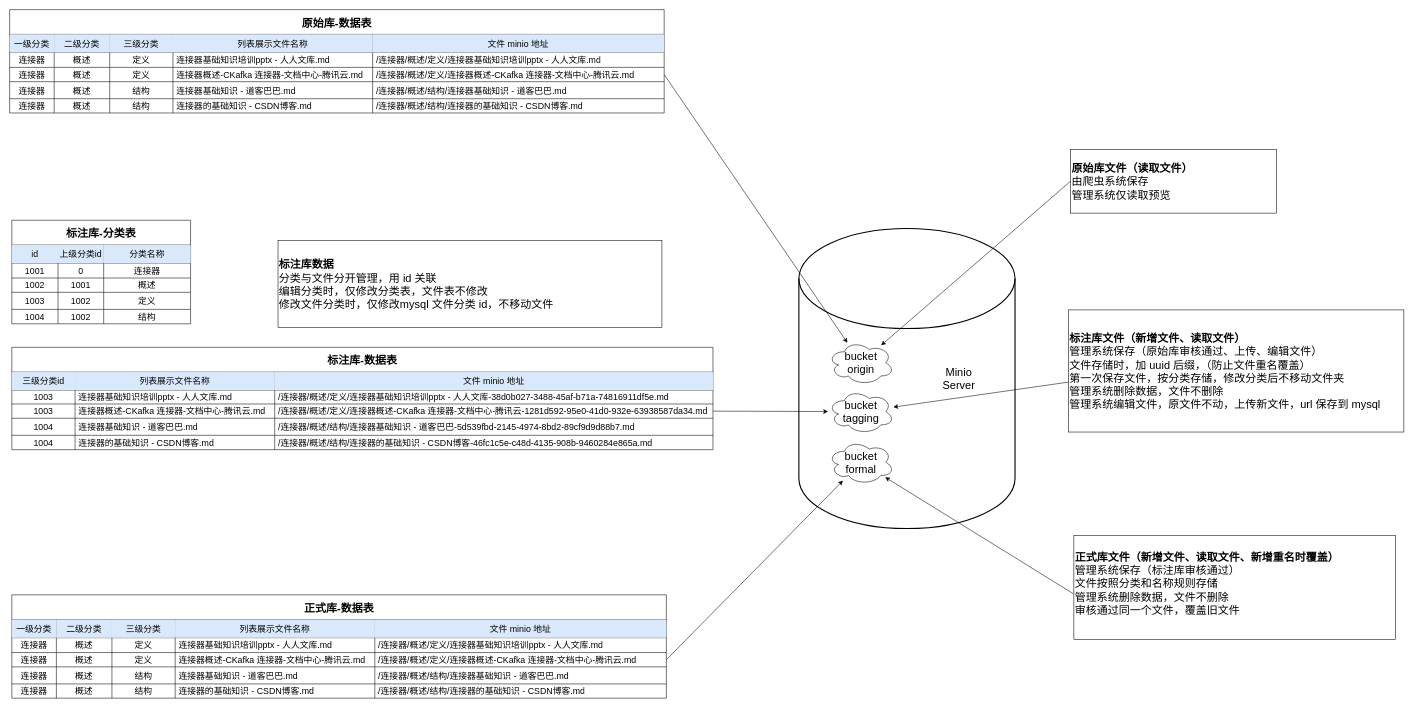
Above: ence/aidata-minio.drawio in MuggleStar/draw_io (draw.io), before the change. Source tidied: cells renumbered, new cells numbered last; positions are measured from the earlier drawing's top-left corner, leaving out a move shared by most shapes. Both pictures are drawn from the tidied source at 55%, with x=0, y=0 at pixel (9, 9).
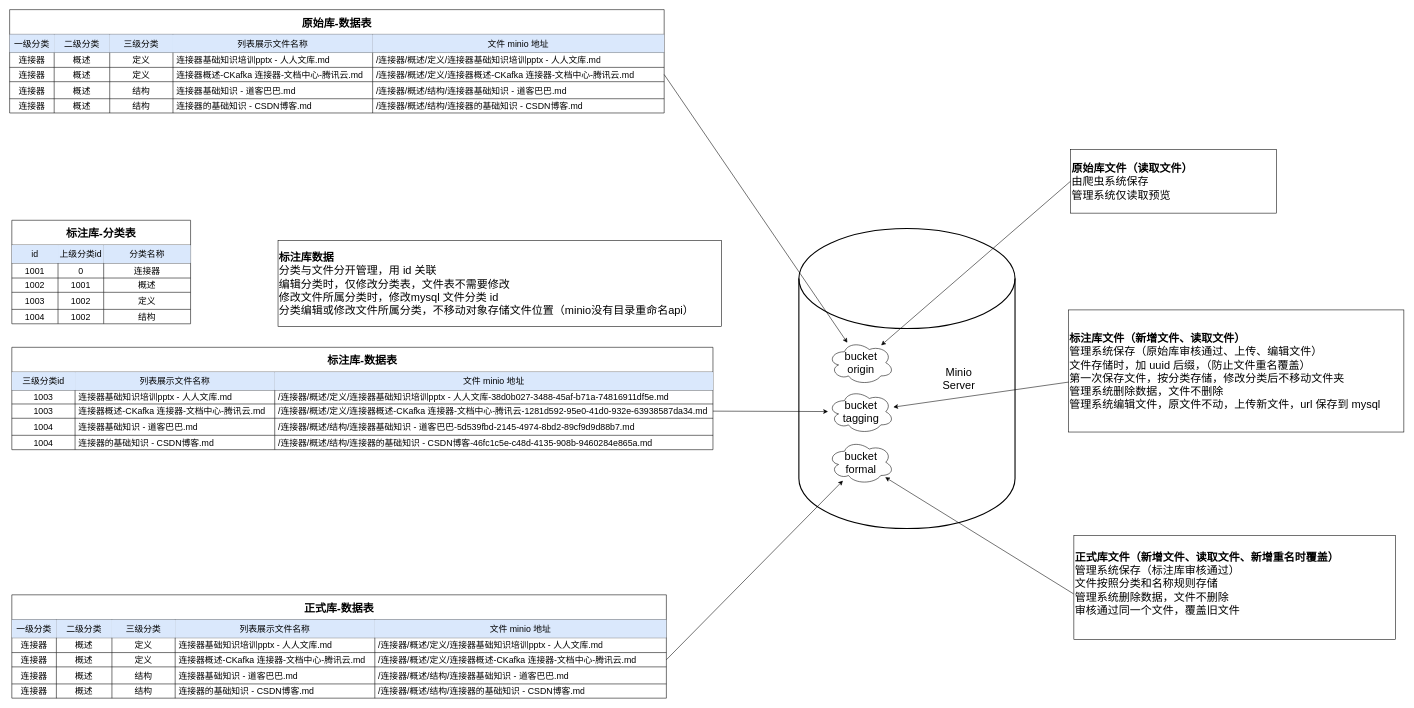
The same page after the edit.

Diff of the diagram source:
```diff
@@
-    <mxCell id="116" value="&lt;font style=&quot;font-size: 20px;&quot;&gt;&lt;b&gt;标注库数据&lt;/b&gt;&lt;/font&gt;&lt;div&gt;&lt;span style=&quot;font-size: 20px;&quot;&gt;分类与文件分开管理，用 id 关联&lt;/span&gt;&lt;/div&gt;&lt;div&gt;&lt;span style=&quot;font-size: 20px;&quot;&gt;编辑分类时，仅修改分类表，文件表不修改&lt;br&gt;修改文件分类时，仅修改mysql 文件分类 id，不移动文件&lt;/span&gt;&lt;/div&gt;" style="rounded=0;whiteSpace=wrap;html=1;align=left;" parent="1" vertex="1">
-      <mxGeometry x="488" y="420" width="698" height="158" as="geometry" />
+    <mxCell id="116" value="&lt;font style=&quot;font-size: 20px;&quot;&gt;&lt;b&gt;标注库数据&lt;/b&gt;&lt;/font&gt;&lt;div&gt;&lt;span style=&quot;font-size: 20px;&quot;&gt;分类与文件分开管理，用 id 关联&lt;/span&gt;&lt;/div&gt;&lt;div&gt;&lt;span style=&quot;font-size: 20px;&quot;&gt;编辑分类时，仅修改分类表，文件表不需要修改&lt;br&gt;修改文件所属分类时，修改mysql 文件分类 id&lt;br&gt;分类编辑或修改文件所属分类，不移动对象存储文件位置（minio没有目录重命名api）&lt;/span&gt;&lt;/div&gt;" style="rounded=0;whiteSpace=wrap;html=1;align=left;" parent="1" vertex="1">
+      <mxGeometry x="488" y="420" width="806" height="156" as="geometry" />
     </mxCell>
```
